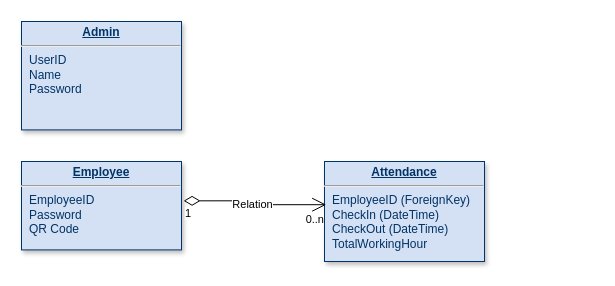
Calmen00-code/AttendanceTracker keeps this draw.io diagram as DatabaseDiagram/Database.drawio. Above is the earlier version. Source tidied: cells renumbered, new cells numbered last; positions are measured from the earlier drawing's top-left corner, leaving out a move shared by most shapes. Both pictures are drawn from the tidied source at 100%, with x=0, y=0 at pixel (21, 21).
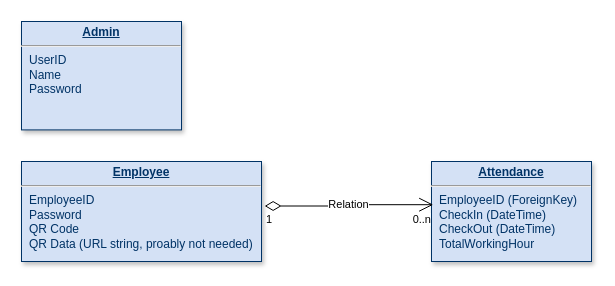
Above is the later version.

Commit message (it also covers changes not shown here):
Update Employee database diagram in drawIO

The edit, as a diff of the source:
```diff
@@
 <mxGraphModel>
   <root>
     <mxCell id="0" />
     <mxCell id="1" parent="0" />
     <mxCell id="2" value="&lt;p style=&quot;margin: 0px; margin-top: 4px; text-align: center; text-decoration: underline;&quot;&gt;&lt;b&gt;Admin&lt;/b&gt;&lt;/p&gt;&lt;hr&gt;&lt;p style=&quot;margin: 0px; margin-left: 8px;&quot;&gt;UserID&lt;/p&gt;&lt;p style=&quot;margin: 0px; margin-left: 8px;&quot;&gt;Name&lt;/p&gt;&lt;p style=&quot;margin: 0px; margin-left: 8px;&quot;&gt;Password&lt;/p&gt;" style="verticalAlign=top;align=left;overflow=fill;fontSize=12;fontFamily=Helvetica;html=1;strokeColor=#003366;shadow=1;fillColor=#D4E1F5;fontColor=#003366;" parent="1" vertex="1">
       <mxGeometry width="160" height="108.4" as="geometry" />
     </mxCell>
-    <mxCell id="3" value="&lt;p style=&quot;margin: 0px; margin-top: 4px; text-align: center; text-decoration: underline;&quot;&gt;&lt;strong&gt;Employee&lt;/strong&gt;&lt;/p&gt;&lt;hr&gt;&lt;p style=&quot;margin: 0px; margin-left: 8px;&quot;&gt;EmployeeID&lt;/p&gt;&lt;p style=&quot;margin: 0px; margin-left: 8px;&quot;&gt;Password&lt;/p&gt;&lt;p style=&quot;margin: 0px; margin-left: 8px;&quot;&gt;QR Code&lt;/p&gt;&lt;p style=&quot;margin: 0px; margin-left: 8px;&quot;&gt;&lt;br&gt;&lt;/p&gt;" style="verticalAlign=top;align=left;overflow=fill;fontSize=12;fontFamily=Helvetica;html=1;strokeColor=#003366;shadow=1;fillColor=#D4E1F5;fontColor=#003366;" parent="1" vertex="1">
-      <mxGeometry y="140" width="160" height="88.4" as="geometry" />
+    <mxCell id="3" value="&lt;p style=&quot;margin: 0px; margin-top: 4px; text-align: center; text-decoration: underline;&quot;&gt;&lt;strong&gt;Employee&lt;/strong&gt;&lt;/p&gt;&lt;hr&gt;&lt;p style=&quot;margin: 0px; margin-left: 8px;&quot;&gt;EmployeeID&lt;/p&gt;&lt;p style=&quot;margin: 0px; margin-left: 8px;&quot;&gt;Password&lt;/p&gt;&lt;p style=&quot;margin: 0px; margin-left: 8px;&quot;&gt;QR Code&lt;/p&gt;&lt;p style=&quot;margin: 0px; margin-left: 8px;&quot;&gt;QR Data (URL string, proably not needed)&lt;/p&gt;" style="verticalAlign=top;align=left;overflow=fill;fontSize=12;fontFamily=Helvetica;html=1;strokeColor=#003366;shadow=1;fillColor=#D4E1F5;fontColor=#003366;" parent="1" vertex="1">
+      <mxGeometry y="140" width="240" height="100" as="geometry" />
     </mxCell>
     <mxCell id="4" value="&lt;p style=&quot;forced-color-adjust: none; box-shadow: none !important; color: rgb(161, 205, 249); font-family: Helvetica; font-size: 12px; font-style: normal; font-variant-ligatures: normal; font-variant-caps: normal; font-weight: 400; letter-spacing: normal; orphans: 2; text-align: left; text-indent: 0px; text-transform: none; widows: 2; word-spacing: 0px; -webkit-text-stroke-width: 0px; white-space: nowrap; background-color: rgb(27, 29, 30); text-decoration-thickness: initial; text-decoration-style: initial; text-decoration-color: initial; margin: 0px 0px 0px 8px;&quot;&gt;&lt;br&gt;&lt;/p&gt;" style="text;whiteSpace=wrap;html=1;" parent="1" vertex="1">
       <mxGeometry x="370" y="50" width="180" height="70" as="geometry" />
     </mxCell>
     <mxCell id="5" value="&lt;p style=&quot;margin: 0px; margin-top: 4px; text-align: center; text-decoration: underline;&quot;&gt;&lt;b&gt;Attendance&lt;/b&gt;&lt;/p&gt;&lt;hr&gt;&lt;p style=&quot;margin: 0px; margin-left: 8px;&quot;&gt;EmployeeID (ForeignKey)&lt;/p&gt;&lt;p style=&quot;margin: 0px; margin-left: 8px;&quot;&gt;CheckIn (DateTime)&lt;/p&gt;&lt;p style=&quot;margin: 0px; margin-left: 8px;&quot;&gt;CheckOut (DateTime)&lt;/p&gt;&lt;p style=&quot;margin: 0px; margin-left: 8px;&quot;&gt;TotalWorkingHour&lt;/p&gt;&lt;p style=&quot;margin: 0px; margin-left: 8px;&quot;&gt;&lt;br&gt;&lt;/p&gt;&lt;p style=&quot;margin: 0px; margin-left: 8px;&quot;&gt;&lt;br&gt;&lt;/p&gt;" style="verticalAlign=top;align=left;overflow=fill;fontSize=12;fontFamily=Helvetica;html=1;strokeColor=#003366;shadow=1;fillColor=#D4E1F5;fontColor=#003366;" parent="1" vertex="1">
-      <mxGeometry x="303" y="140" width="160" height="100" as="geometry" />
+      <mxGeometry x="410" y="140" width="160" height="100" as="geometry" />
     </mxCell>
     <mxCell id="6" value="Relation" style="endArrow=open;html=1;endSize=12;startArrow=diamondThin;startSize=14;startFill=0;edgeStyle=orthogonalEdgeStyle;rounded=0;exitX=1.013;exitY=0.445;exitDx=0;exitDy=0;exitPerimeter=0;entryX=0.011;entryY=0.432;entryDx=0;entryDy=0;entryPerimeter=0;" parent="1" edge="1" source="3" target="5">
       <mxGeometry relative="1" as="geometry" />
     </mxCell>
     <mxCell id="7" value="1" style="edgeLabel;html=1;align=left;verticalAlign=top;" parent="6" vertex="1">
       <mxGeometry x="-1" relative="1" as="geometry" />
     </mxCell>
     <mxCell id="8" value="0..n" style="edgeLabel;html=1;align=right;verticalAlign=top;" parent="6" vertex="1">
       <mxGeometry x="1" relative="1" as="geometry">
         <mxPoint x="-2" y="2" as="offset" />
       </mxGeometry>
     </mxCell>
   </root>
 </mxGraphModel>
```
